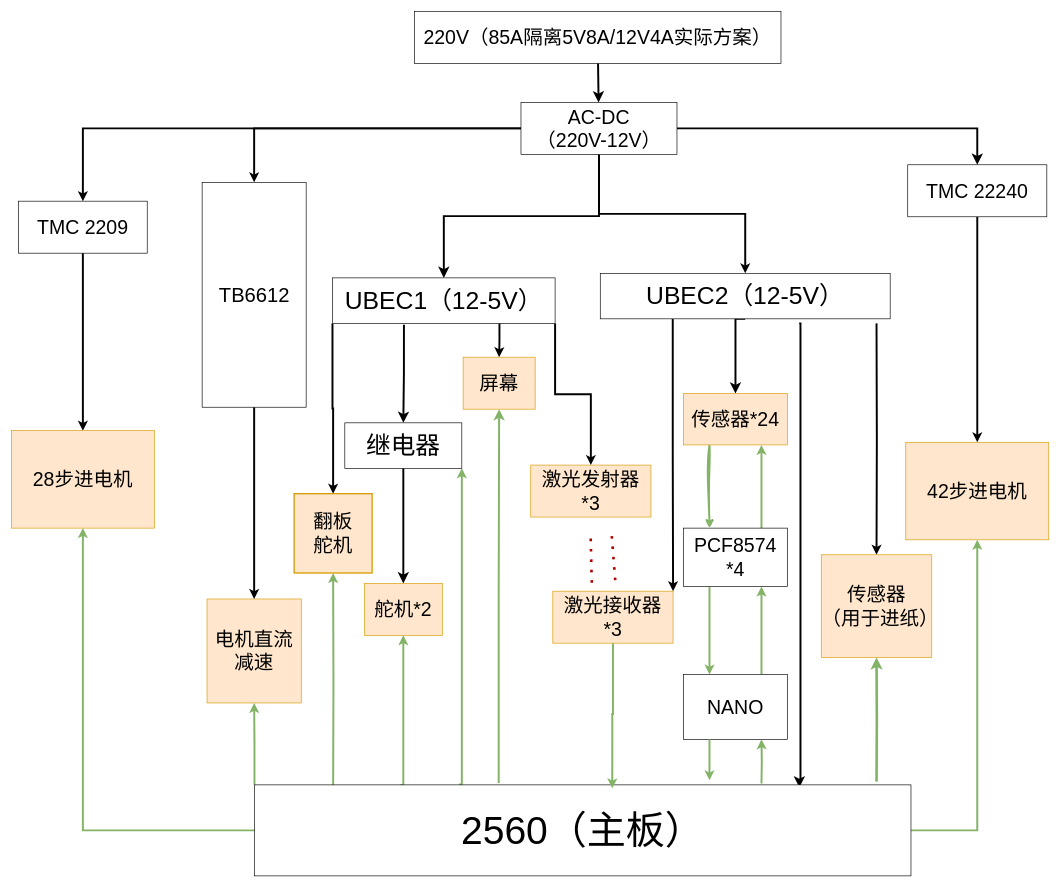
Earlier version of the draw.io diagram 大项目1.0.drawio.xml (xinlanzi/Induisal-design). Source tidied: cells renumbered, new cells numbered last; positions are measured from the earlier drawing's top-left corner, leaving out a move shared by most shapes. Both pictures are drawn from the tidied source at 65%, with x=0, y=0 at pixel (11, 11).
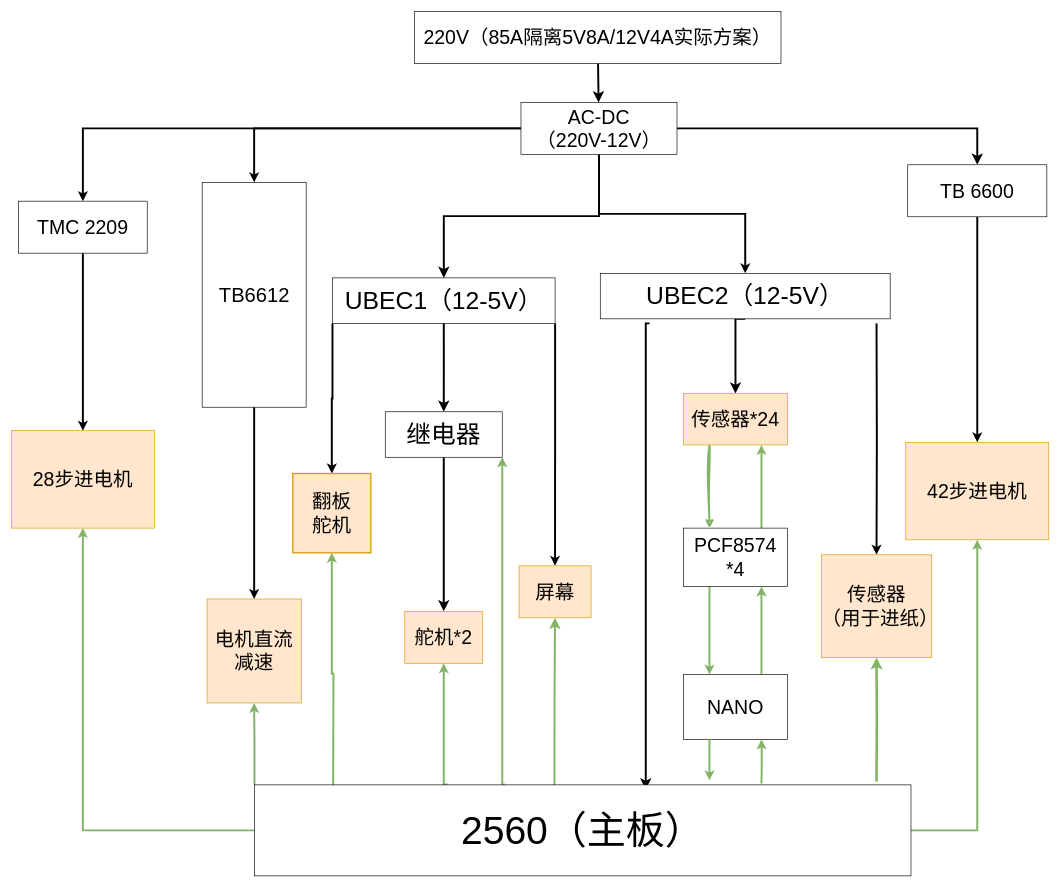
Above is the later version.

Commit message:
更新大项目1.0.drawio.xml

The change refers to these unchanged cells:
```xml
<mxCell id="15" value="&lt;font style=&quot;font-size: 38px;&quot;&gt;UBEC1（12-5V）&lt;/font&gt;" style="rounded=0;whiteSpace=wrap;html=1;" parent="1" vertex="1">
  <mxGeometry x="494" y="410" width="342.5" height="70" as="geometry" />
</mxCell>
<mxCell id="31" value="&lt;font face=&quot;Helvetica&quot; style=&quot;font-size: 60px;&quot;&gt;2560（主板）&lt;/font&gt;" style="rounded=0;whiteSpace=wrap;html=1;" parent="1" vertex="1">
  <mxGeometry x="374" y="1190" width="1010" height="140" as="geometry" />
</mxCell>
<mxCell id="43" value="&lt;font style=&quot;font-size: 38px;&quot;&gt;UBEC2（12-5V）&lt;/font&gt;" style="rounded=0;whiteSpace=wrap;html=1;" parent="1" vertex="1">
  <mxGeometry x="906" y="403" width="446" height="70" as="geometry" />
</mxCell>
```

Change to the diagram source:
```diff
@@
-    <mxCell id="7" style="edgeStyle=orthogonalEdgeStyle;rounded=0;jettySize=auto;html=1;fontSize=12;startSize=8;endSize=8;entryX=0.83;entryY=0.029;entryDx=0;entryDy=0;strokeWidth=3;entryPerimeter=0;" parent="1" edge="1" target="31">
+    <mxCell id="7" style="edgeStyle=orthogonalEdgeStyle;rounded=0;jettySize=auto;html=1;fontSize=12;startSize=8;endSize=8;entryX=0.596;entryY=0.05;entryDx=0;entryDy=0;strokeWidth=3;entryPerimeter=0;exitX=0.17;exitY=1.1;exitDx=0;exitDy=0;exitPerimeter=0;" parent="1" edge="1" source="43" target="31">
       <mxGeometry relative="1" as="geometry">
-        <mxPoint x="1212" y="480" as="sourcePoint" />
         <Array as="points">
-          <mxPoint x="1214" y="480" />
-          <mxPoint x="1214" y="1185" />
-          <mxPoint x="1212" y="1185" />
+          <mxPoint x="976" y="480" />
+          <mxPoint x="977" y="1197" />
         </Array>
       </mxGeometry>
     </mxCell>
@@
-    <mxCell id="13" style="edgeStyle=orthogonalEdgeStyle;shape=connector;rounded=0;hachureGap=4;jettySize=auto;html=1;exitX=0.75;exitY=1;exitDx=0;exitDy=0;entryX=0.5;entryY=0;entryDx=0;entryDy=0;strokeColor=default;align=center;verticalAlign=middle;fontFamily=Architects Daughter;fontSize=11;fontColor=default;labelBackgroundColor=default;endArrow=classic;strokeWidth=3;" parent="1" edge="1" source="15" target="34">
+    <mxCell id="13" style="edgeStyle=orthogonalEdgeStyle;shape=connector;rounded=0;hachureGap=4;jettySize=auto;html=1;exitX=1;exitY=1;exitDx=0;exitDy=0;entryX=0.5;entryY=0;entryDx=0;entryDy=0;strokeColor=default;align=center;verticalAlign=middle;fontFamily=Architects Daughter;fontSize=11;fontColor=default;labelBackgroundColor=default;endArrow=classic;strokeWidth=3;" parent="1" edge="1" source="15" target="34">
       <mxGeometry relative="1" as="geometry" />
     </mxCell>
@@
     <mxCell id="16" value="&lt;font style=&quot;font-size: 30px;&quot;&gt;舵机*2&lt;/font&gt;" style="rounded=0;whiteSpace=wrap;html=1;fillColor=#ffe6cc;strokeColor=#d79b00;" parent="1" vertex="1">
-      <mxGeometry x="543" y="880" width="120" height="80" as="geometry" />
+      <mxGeometry x="605.2" y="923" width="120" height="80" as="geometry" />
     </mxCell>
@@
-    <mxCell id="22" style="edgeStyle=orthogonalEdgeStyle;rounded=0;jettySize=auto;html=1;entryX=0.5;entryY=1;entryDx=0;entryDy=0;fontSize=12;startSize=8;endSize=8;fillColor=#d5e8d4;strokeColor=#82b366;strokeWidth=3;exitX=0.372;exitY=-0.021;exitDx=0;exitDy=0;exitPerimeter=0;" parent="1" edge="1" source="31" target="34">
+    <mxCell id="22" style="edgeStyle=orthogonalEdgeStyle;rounded=0;jettySize=auto;html=1;entryX=0.5;entryY=1;entryDx=0;entryDy=0;fontSize=12;startSize=8;endSize=8;fillColor=#d5e8d4;strokeColor=#82b366;strokeWidth=3;exitX=0.457;exitY=0.064;exitDx=0;exitDy=0;exitPerimeter=0;" parent="1" edge="1" source="31" target="34">
       <mxGeometry relative="1" as="geometry" />
     </mxCell>
@@
-    <mxCell id="26" style="edgeStyle=orthogonalEdgeStyle;shape=connector;rounded=0;hachureGap=4;jettySize=auto;html=1;exitX=0.224;exitY=0.036;exitDx=0;exitDy=0;entryX=0.5;entryY=1;entryDx=0;entryDy=0;strokeColor=#82b366;align=center;verticalAlign=middle;fontFamily=Architects Daughter;fontSize=11;fontColor=default;labelBackgroundColor=default;endArrow=classic;fillColor=#d5e8d4;strokeWidth=3;exitPerimeter=0;" parent="1" edge="1" source="31" target="16">
+    <mxCell id="26" style="edgeStyle=orthogonalEdgeStyle;shape=connector;rounded=0;hachureGap=4;jettySize=auto;html=1;exitX=0.294;exitY=-0.007;exitDx=0;exitDy=0;entryX=0.5;entryY=1;entryDx=0;entryDy=0;strokeColor=#82b366;align=center;verticalAlign=middle;fontFamily=Architects Daughter;fontSize=11;fontColor=default;labelBackgroundColor=default;endArrow=classic;fillColor=#d5e8d4;strokeWidth=3;exitPerimeter=0;" parent="1" edge="1" source="31" target="16">
       <mxGeometry relative="1" as="geometry">
         <Array as="points">
-          <mxPoint x="600" y="1190" />
-          <mxPoint x="603" y="1190" />
+          <mxPoint x="665" y="1190" />
         </Array>
       </mxGeometry>
     </mxCell>
@@
-    <mxCell id="28" style="edgeStyle=orthogonalEdgeStyle;rounded=0;jettySize=auto;html=1;exitX=0.312;exitY=-0.007;exitDx=0;exitDy=0;entryX=1;entryY=1;entryDx=0;entryDy=0;fillColor=#d5e8d4;strokeColor=#82b366;strokeWidth=3;exitPerimeter=0;" parent="1" edge="1" source="31" target="53">
+    <mxCell id="28" style="edgeStyle=orthogonalEdgeStyle;rounded=0;jettySize=auto;html=1;exitX=0.38;exitY=-0.014;exitDx=0;exitDy=0;entryX=1;entryY=1;entryDx=0;entryDy=0;fillColor=#d5e8d4;strokeColor=#82b366;strokeWidth=3;exitPerimeter=0;" parent="1" edge="1" source="31" target="53">
       <mxGeometry relative="1" as="geometry">
         <Array as="points">
-          <mxPoint x="693" y="1190" />
+          <mxPoint x="755" y="1190" />
         </Array>
       </mxGeometry>
     </mxCell>
@@
-    <mxCell id="33" value="&lt;font style=&quot;font-size: 30px;&quot;&gt;TMC 22240&lt;/font&gt;" style="rounded=0;whiteSpace=wrap;html=1;" parent="1" vertex="1">
+    <mxCell id="33" value="&lt;font style=&quot;font-size: 30px;&quot;&gt;TB 6600&lt;/font&gt;" style="rounded=0;whiteSpace=wrap;html=1;" parent="1" vertex="1">
       <mxGeometry x="1379" y="236" width="214" height="80" as="geometry" />
     </mxCell>
     <mxCell id="34" value="&lt;font style=&quot;font-size: 30px;&quot;&gt;屏幕&lt;/font&gt;" style="rounded=0;whiteSpace=wrap;html=1;fillColor=#ffe6cc;strokeColor=#d79b00;" parent="1" vertex="1">
-      <mxGeometry x="695" y="532" width="110.8" height="80" as="geometry" />
+      <mxGeometry x="781" y="853" width="110.8" height="80" as="geometry" />
     </mxCell>
@@
-    <mxCell id="41" style="edgeStyle=orthogonalEdgeStyle;rounded=0;hachureGap=4;jettySize=auto;html=1;entryX=1;entryY=0;entryDx=0;entryDy=0;fontFamily=Architects Daughter;strokeWidth=3;exitX=0.25;exitY=1;exitDx=0;exitDy=0;" parent="1" edge="1" source="43" target="48">
-      <mxGeometry relative="1" as="geometry" />
-    </mxCell>
@@
-    <mxCell id="45" value="&lt;font style=&quot;font-size: 30px;&quot;&gt;激光发射器&lt;/font&gt;&lt;div&gt;&lt;font style=&quot;font-size: 30px;&quot;&gt;*3&lt;/font&gt;&lt;/div&gt;" style="rounded=0;whiteSpace=wrap;html=1;fillColor=#ffe6cc;strokeColor=#d79b00;" parent="1" vertex="1">
-      <mxGeometry x="799" y="698" width="185" height="80" as="geometry" />
-    </mxCell>
-    <mxCell id="46" style="edgeStyle=orthogonalEdgeStyle;rounded=0;hachureGap=4;jettySize=auto;html=1;exitX=1;exitY=1;exitDx=0;exitDy=0;entryX=0.5;entryY=0;entryDx=0;entryDy=0;fontFamily=Architects Daughter;strokeWidth=3;" parent="1" edge="1" source="15" target="45">
-      <mxGeometry relative="1" as="geometry" />
-    </mxCell>
-    <mxCell id="47" style="edgeStyle=orthogonalEdgeStyle;rounded=0;hachureGap=4;jettySize=auto;html=1;exitX=0.5;exitY=1;exitDx=0;exitDy=0;entryX=0.545;entryY=0.038;entryDx=0;entryDy=0;fontFamily=Architects Daughter;fillColor=#d5e8d4;strokeColor=#82b366;strokeWidth=3;entryPerimeter=0;" parent="1" edge="1" source="48" target="31">
-      <mxGeometry relative="1" as="geometry" />
-    </mxCell>
-    <mxCell id="48" value="&lt;font style=&quot;font-size: 30px;&quot;&gt;激光接收器&lt;/font&gt;&lt;div&gt;&lt;font style=&quot;font-size: 30px;&quot;&gt;*3&lt;/font&gt;&lt;/div&gt;" style="rounded=0;whiteSpace=wrap;html=1;fillColor=#ffe6cc;strokeColor=#d79b00;" parent="1" vertex="1">
-      <mxGeometry x="833" y="892" width="185" height="80" as="geometry" />
-    </mxCell>
-    <mxCell id="49" style="endArrow=none;dashed=1;html=1;dashPattern=1 3;strokeWidth=4;rounded=0;hachureGap=4;fontFamily=Architects Daughter;fillColor=#e51400;strokeColor=#B20000;exitX=0.324;exitY=-0.162;exitDx=0;exitDy=0;exitPerimeter=0;" parent="1" edge="1" source="48">
-      <mxGeometry relative="1" as="geometry">
-        <mxPoint x="891" y="800" as="targetPoint" />
-      </mxGeometry>
-    </mxCell>
-    <mxCell id="50" style="endArrow=none;dashed=1;html=1;dashPattern=1 3;strokeWidth=4;rounded=0;hachureGap=4;fontFamily=Architects Daughter;fillColor=#e51400;strokeColor=#B20000;" parent="1" edge="1">
-      <mxGeometry relative="1" as="geometry">
-        <mxPoint x="929" y="875" as="sourcePoint" />
-        <mxPoint x="923" y="799" as="targetPoint" />
-      </mxGeometry>
-    </mxCell>
     <mxCell id="51" value="&lt;font style=&quot;font-size: 30px;&quot;&gt;翻板&lt;/font&gt;&lt;div&gt;&lt;font style=&quot;font-size: 30px;&quot;&gt;舵机&lt;/font&gt;&lt;/div&gt;" style="rounded=0;whiteSpace=wrap;html=1;fillColor=#ffe6cc;strokeColor=#d79b00;strokeWidth=2;" parent="1" vertex="1">
-      <mxGeometry x="435" y="742" width="120" height="122" as="geometry" />
+      <mxGeometry x="433" y="711" width="120" height="122" as="geometry" />
     </mxCell>
-    <mxCell id="52" style="edgeStyle=orthogonalEdgeStyle;rounded=0;jettySize=auto;html=1;fontSize=12;startSize=8;endSize=8;strokeWidth=3;exitX=0.321;exitY=1.029;exitDx=0;exitDy=0;exitPerimeter=0;" parent="1" edge="1" source="15" target="53">
+    <mxCell id="52" style="edgeStyle=orthogonalEdgeStyle;rounded=0;jettySize=auto;html=1;fontSize=12;startSize=8;endSize=8;strokeWidth=3;exitX=0.5;exitY=1;exitDx=0;exitDy=0;" parent="1" edge="1" source="15" target="53">
       <mxGeometry relative="1" as="geometry" />
     </mxCell>
     <mxCell id="53" value="&lt;font style=&quot;font-size: 38px;&quot;&gt;继电器&lt;/font&gt;" style="rounded=0;whiteSpace=wrap;html=1;" parent="1" vertex="1">
-      <mxGeometry x="513" y="633" width="180" height="70" as="geometry" />
+      <mxGeometry x="575.2" y="616" width="180" height="70" as="geometry" />
     </mxCell>
```
